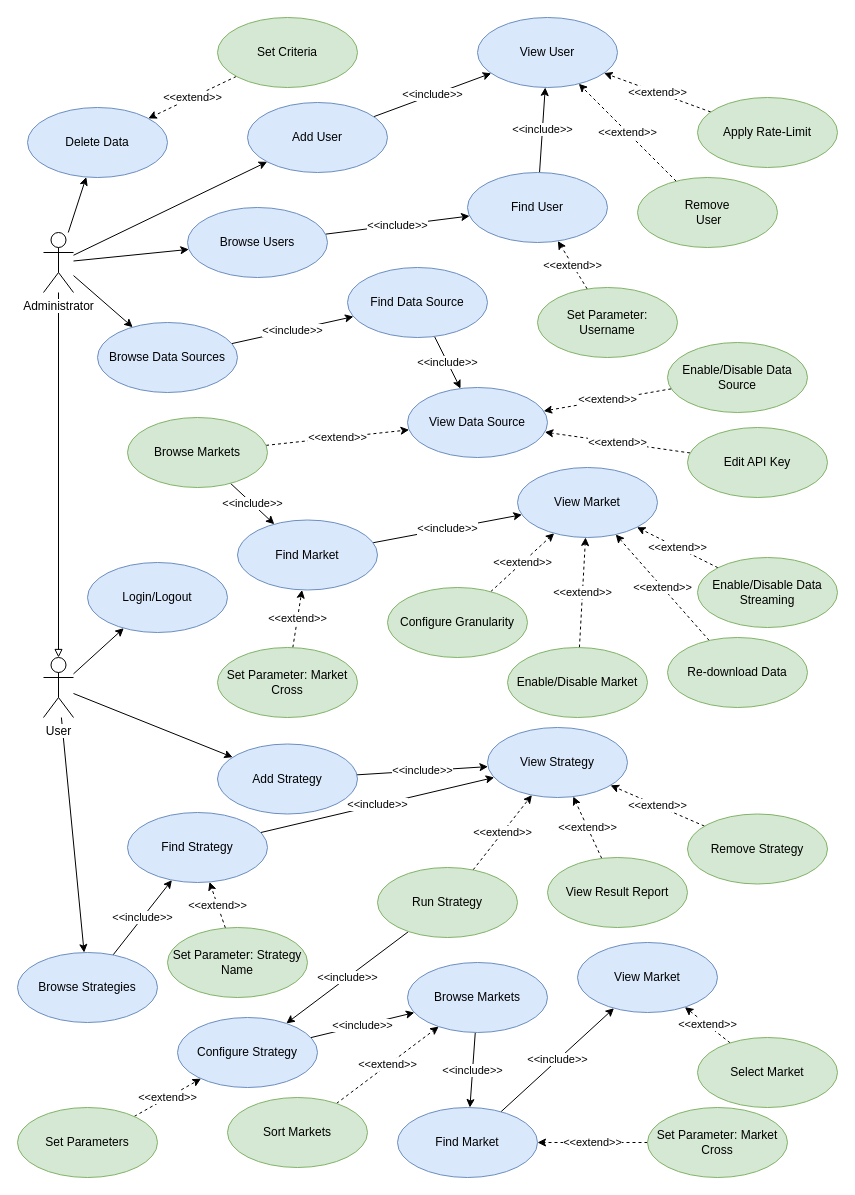
The draw.io diagram drawio/usecases.drawio in nferrante1/lsmsd2, before the edit. Source tidied: cells renumbered, new cells numbered last; positions are measured from the earlier drawing's top-left corner, leaving out a move shared by most shapes. Both pictures are drawn from the tidied source at 100%, with x=0, y=0 at pixel (17, 17).
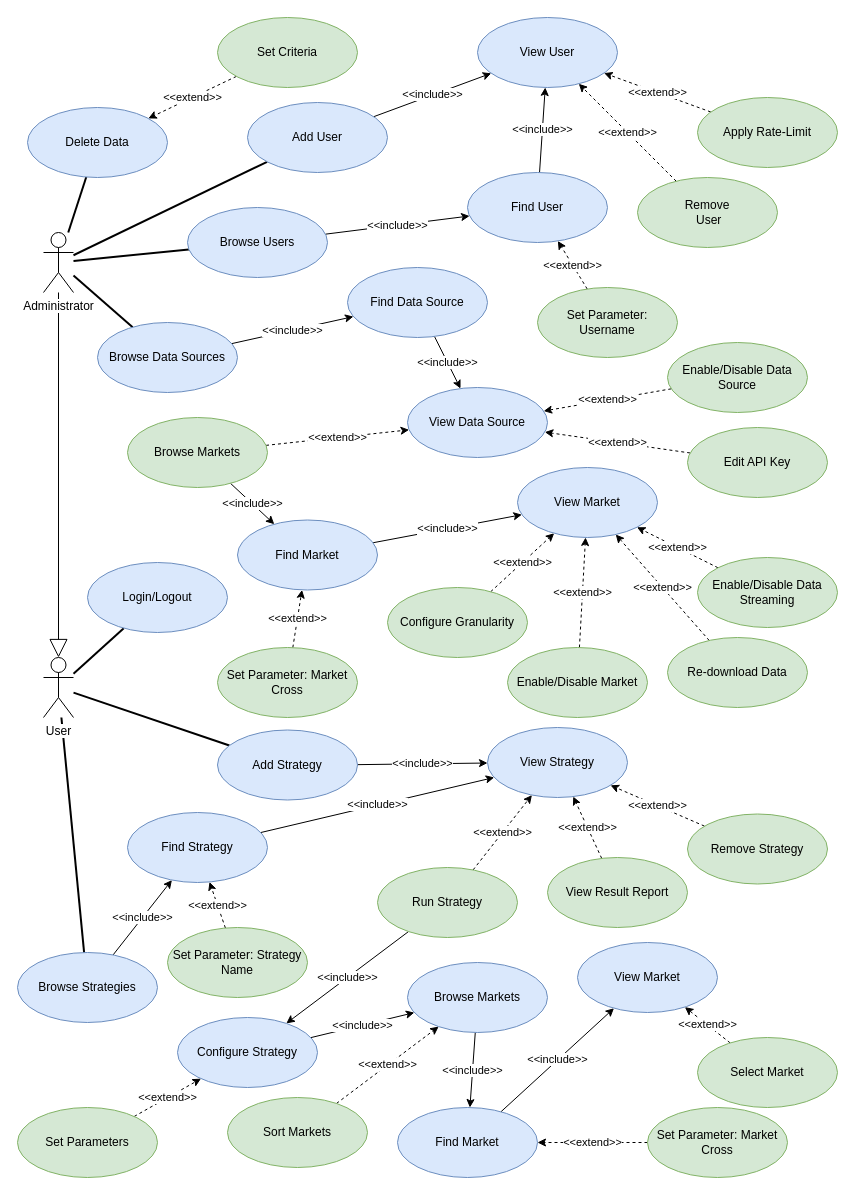
After the change.

Commit message:
Emphatize direct use cases links

The change refers to these unchanged cells:
```xml
<mxCell id="7" value="&lt;div&gt;Administrator&lt;/div&gt;" style="shape=umlActor;verticalLabelPosition=bottom;labelBackgroundColor=#ffffff;verticalAlign=top;html=1;" parent="1" vertex="1">
  <mxGeometry x="26" y="215" width="30" height="60" as="geometry" />
</mxCell>
<mxCell id="11" value="&lt;div&gt;User&lt;/div&gt;" style="shape=umlActor;verticalLabelPosition=bottom;labelBackgroundColor=#ffffff;verticalAlign=top;html=1;" parent="1" vertex="1">
  <mxGeometry x="26" y="640" width="30" height="60" as="geometry" />
</mxCell>
<mxCell id="13" value="Add User" style="ellipse;whiteSpace=wrap;html=1;fillColor=#dae8fc;strokeColor=#6c8ebf;" parent="1" vertex="1">
  <mxGeometry x="230" y="85" width="140" height="70" as="geometry" />
</mxCell>
<mxCell id="23" value="Browse Users" style="ellipse;whiteSpace=wrap;html=1;fillColor=#dae8fc;strokeColor=#6c8ebf;" parent="1" vertex="1">
  <mxGeometry x="170" y="190" width="140" height="70" as="geometry" />
</mxCell>
<mxCell id="35" value="Delete Data" style="ellipse;whiteSpace=wrap;html=1;fillColor=#dae8fc;strokeColor=#6c8ebf;" parent="1" vertex="1">
  <mxGeometry x="10" y="90" width="140" height="70" as="geometry" />
</mxCell>
<mxCell id="45" value="Browse Data Sources" style="ellipse;whiteSpace=wrap;html=1;fillColor=#dae8fc;strokeColor=#6c8ebf;" parent="1" vertex="1">
  <mxGeometry x="80" y="305" width="140" height="70" as="geometry" />
</mxCell>
<mxCell id="53" value="Login/Logout" style="ellipse;whiteSpace=wrap;html=1;fillColor=#dae8fc;strokeColor=#6c8ebf;" parent="1" vertex="1">
  <mxGeometry x="70" y="545" width="140" height="70" as="geometry" />
</mxCell>
<mxCell id="58" value="Browse Strategies" style="ellipse;whiteSpace=wrap;html=1;fillColor=#dae8fc;strokeColor=#6c8ebf;" parent="1" vertex="1">
  <mxGeometry y="935" width="140" height="70" as="geometry" />
</mxCell>
```

Diff of the diagram source:
```diff
@@
-    <mxCell id="2" style="edgeStyle=none;rounded=0;jettySize=auto;html=1;" parent="1" edge="1" source="7" target="35">
+    <mxCell id="2" style="edgeStyle=none;rounded=0;jettySize=auto;html=1;endArrow=none;endFill=0;strokeWidth=2;" parent="1" edge="1" source="7" target="35">
       <mxGeometry relative="1" as="geometry" />
     </mxCell>
-    <mxCell id="3" style="edgeStyle=none;rounded=0;jettySize=auto;html=1;" parent="1" edge="1" source="7" target="13">
+    <mxCell id="3" style="edgeStyle=none;rounded=0;jettySize=auto;html=1;endArrow=none;endFill=0;strokeWidth=2;" parent="1" edge="1" source="7" target="13">
       <mxGeometry relative="1" as="geometry" />
     </mxCell>
-    <mxCell id="4" style="edgeStyle=none;rounded=0;jettySize=auto;html=1;" parent="1" edge="1" source="7" target="23">
+    <mxCell id="4" style="edgeStyle=none;rounded=0;jettySize=auto;html=1;endArrow=none;endFill=0;strokeWidth=2;" parent="1" edge="1" source="7" target="23">
       <mxGeometry relative="1" as="geometry" />
     </mxCell>
-    <mxCell id="5" style="edgeStyle=none;rounded=0;jettySize=auto;html=1;" parent="1" edge="1" source="7" target="45">
+    <mxCell id="5" style="edgeStyle=none;rounded=0;jettySize=auto;html=1;endArrow=none;endFill=0;strokeWidth=2;" parent="1" edge="1" source="7" target="45">
       <mxGeometry relative="1" as="geometry" />
     </mxCell>
-    <mxCell id="6" style="edgeStyle=none;rounded=0;jettySize=auto;html=1;entryX=0.5;entryY=0;entryDx=0;entryDy=0;entryPerimeter=0;endArrow=block;endFill=0;" parent="1" edge="1" source="7" target="11">
+    <mxCell id="6" style="edgeStyle=none;rounded=0;jettySize=auto;html=1;entryX=0.5;entryY=0;entryDx=0;entryDy=0;entryPerimeter=0;endArrow=block;endFill=0;endSize=16;" parent="1" edge="1" source="7" target="11">
       <mxGeometry relative="1" as="geometry" />
     </mxCell>
@@
-    <mxCell id="8" style="edgeStyle=none;rounded=0;jettySize=auto;html=1;endArrow=classic;endFill=1;" parent="1" edge="1" source="11" target="53">
+    <mxCell id="8" style="edgeStyle=none;rounded=0;jettySize=auto;html=1;endArrow=none;endFill=0;strokeWidth=2;" parent="1" edge="1" source="11" target="53">
       <mxGeometry relative="1" as="geometry" />
     </mxCell>
-    <mxCell id="9" style="edgeStyle=none;rounded=0;jettySize=auto;html=1;endArrow=classic;endFill=1;" parent="1" edge="1" source="11" target="58">
+    <mxCell id="9" style="edgeStyle=none;rounded=0;jettySize=auto;html=1;endArrow=none;endFill=0;strokeWidth=2;" parent="1" edge="1" source="11" target="58">
       <mxGeometry relative="1" as="geometry" />
     </mxCell>
-    <mxCell id="10" style="edgeStyle=none;rounded=0;jettySize=auto;html=1;endArrow=classic;endFill=1;" parent="1" edge="1" source="11" target="55">
+    <mxCell id="10" style="edgeStyle=none;rounded=0;jettySize=auto;html=1;endArrow=none;endFill=0;strokeWidth=2;" parent="1" edge="1" source="11" target="55">
       <mxGeometry relative="1" as="geometry" />
     </mxCell>
@@
     <mxCell id="55" value="Add Strategy" style="ellipse;whiteSpace=wrap;html=1;fillColor=#dae8fc;strokeColor=#6c8ebf;" parent="1" vertex="1">
-      <mxGeometry x="200" y="726.5" width="140" height="70" as="geometry" />
+      <mxGeometry x="200" y="712.5" width="140" height="70" as="geometry" />
     </mxCell>
```
